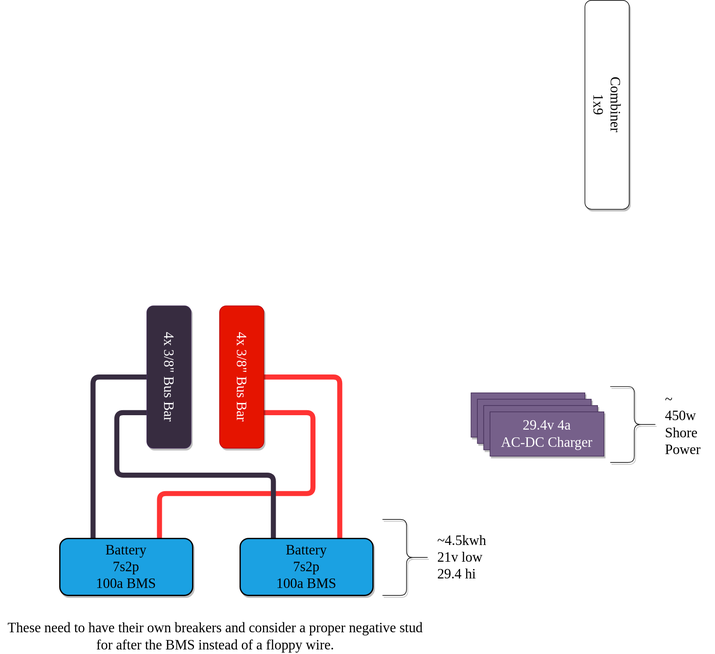
Above: gary-bussy-electrical.drawio.svg in clomads/gary-bussy (draw.io), before the change. Source tidied: cells renumbered, new cells last; positions are measured from the earlier drawing's top-left corner, leaving out a move shared by most shapes.
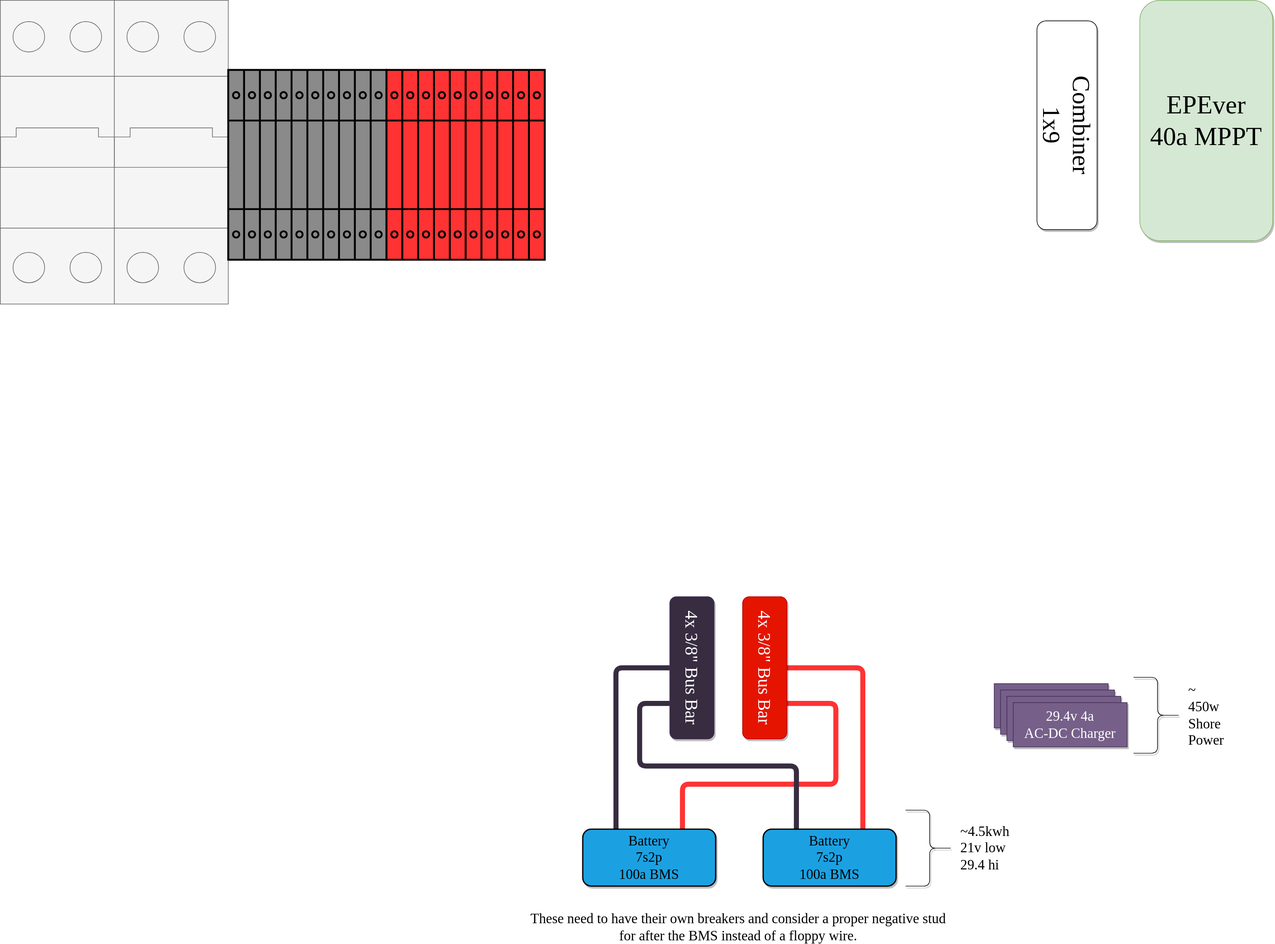
After the change.

Commit message:
start solar components

The edit, as a diff of the source:
```diff
@@ -39,13 +39,10 @@
     <mxCell id="8" value="~4.5kwh&lt;br&gt;21v low&lt;br&gt;29.4 hi&amp;nbsp;&amp;nbsp;" style="shape=curlyBracket;whiteSpace=wrap;html=1;rounded=1;flipH=1;labelPosition=right;verticalLabelPosition=middle;align=left;verticalAlign=middle;shadow=1;sketch=0;fontFamily=League Spartan;fontSource=https%3A%2F%2Ffonts.googleapis.com%2Fcss%3Ffamily%3DLeague%2BSpartan;fontSize=22;spacingLeft=9;" parent="1" vertex="1">
       <mxGeometry x="604" y="690" width="76" height="120" as="geometry" />
     </mxCell>
-    <mxCell id="9" value="4x 3/8&quot; Bus Bar" style="rounded=1;whiteSpace=wrap;html=1;shadow=1;sketch=0;fontFamily=League Spartan;fontSource=https%3A%2F%2Ffonts.googleapis.com%2Fcss%3Ffamily%3DLeague%2BSpartan;fontSize=22;direction=south;fillColor=#e51400;strokeColor=#B20000;fontColor=#ffffff;rotation=90;" parent="1" vertex="1">
+    <mxCell id="9" value="4x 3/8&quot; Bus Bar" style="rounded=1;whiteSpace=wrap;html=1;shadow=1;sketch=0;fontFamily=League Spartan;fontSource=https%3A%2F%2Ffonts.googleapis.com%2Fcss%3Ffamily%3DLeague%2BSpartan;fontSize=28;direction=south;fillColor=#e51400;strokeColor=#B20000;fontColor=#ffffff;rotation=90;" parent="1" vertex="1">
       <mxGeometry x="269" y="430" width="225" height="70" as="geometry" />
     </mxCell>
-    <mxCell id="10" value="Combiner&lt;br&gt;1x9" style="rounded=1;whiteSpace=wrap;html=1;shadow=1;sketch=0;fontFamily=League Spartan;fontSource=https%3A%2F%2Ffonts.googleapis.com%2Fcss%3Ffamily%3DLeague%2BSpartan;fontSize=22;rotation=90;" parent="1" vertex="1">
-      <mxGeometry x="794" width="330" height="70" as="geometry" />
-    </mxCell>
-    <mxCell id="11" value="4x 3/8&quot; Bus Bar" style="rounded=1;whiteSpace=wrap;html=1;shadow=1;sketch=0;fontFamily=League Spartan;fontSource=https%3A%2F%2Ffonts.googleapis.com%2Fcss%3Ffamily%3DLeague%2BSpartan;fontSize=22;direction=south;fillColor=#372C40;strokeColor=#432D57;fontColor=#ffffff;rotation=90;" parent="1" vertex="1">
+    <mxCell id="11" value="4x 3/8&quot; Bus Bar" style="rounded=1;whiteSpace=wrap;html=1;shadow=1;sketch=0;fontFamily=League Spartan;fontSource=https%3A%2F%2Ffonts.googleapis.com%2Fcss%3Ffamily%3DLeague%2BSpartan;fontSize=28;direction=south;fillColor=#372C40;strokeColor=#432D57;fontColor=#ffffff;rotation=90;" parent="1" vertex="1">
       <mxGeometry x="154" y="430" width="225" height="70" as="geometry" />
     </mxCell>
     <mxCell id="12" value="These need to have their own breakers and consider a proper negative stud for after the BMS instead of a floppy wire.&lt;br&gt;" style="text;html=1;strokeColor=none;fillColor=none;align=center;verticalAlign=middle;whiteSpace=wrap;rounded=0;shadow=1;sketch=0;fontFamily=League Spartan;fontSource=https%3A%2F%2Ffonts.googleapis.com%2Fcss%3Ffamily%3DLeague%2BSpartan;fontSize=22;" parent="1" vertex="1">
@@ -66,5 +63,23 @@
     <mxCell id="17" value="~&lt;br&gt;450w&lt;br&gt;Shore Power" style="shape=curlyBracket;whiteSpace=wrap;html=1;rounded=1;flipH=1;labelPosition=right;verticalLabelPosition=middle;align=left;verticalAlign=middle;shadow=1;sketch=0;fontFamily=League Spartan;fontSource=https%3A%2F%2Ffonts.googleapis.com%2Fcss%3Ffamily%3DLeague%2BSpartan;fontSize=22;spacingLeft=9;" parent="1" vertex="1">
       <mxGeometry x="964" y="480" width="76" height="120" as="geometry" />
     </mxCell>
+    <mxCell id="10" value="Combiner&lt;br style=&quot;font-size: 39px;&quot;&gt;1x9" style="rounded=1;whiteSpace=wrap;html=1;shadow=1;sketch=0;fontFamily=League Spartan;fontSource=https%3A%2F%2Ffonts.googleapis.com%2Fcss%3Ffamily%3DLeague%2BSpartan;fontSize=39;rotation=90;" parent="1" vertex="1">
+      <mxGeometry x="694" y="-440" width="330" height="95" as="geometry" />
+    </mxCell>
+    <mxCell id="18" value="EPEver&lt;br style=&quot;font-size: 41px;&quot;&gt;40a MPPT" style="rounded=1;whiteSpace=wrap;html=1;shadow=1;sketch=0;fontFamily=League Spartan;fontSource=https%3A%2F%2Ffonts.googleapis.com%2Fcss%3Ffamily%3DLeague%2BSpartan;fontSize=41;fillColor=#d5e8d4;strokeColor=#82b366;" parent="1" vertex="1">
+      <mxGeometry x="974" y="-590" width="210" height="380" as="geometry" />
+    </mxCell>
+    <mxCell id="19" style="verticalLabelPosition=bottom;dashed=0;shadow=0;html=1;align=center;verticalAlign=top;shape=mxgraph.cabinets.cb_2p;sketch=0;fontFamily=League Spartan;fontSource=https%3A%2F%2Ffonts.googleapis.com%2Fcss%3Ffamily%3DLeague%2BSpartan;fontSize=27;fillColor=#f5f5f5;fontColor=#333333;strokeColor=#666666;" parent="1" vertex="1">
+      <mxGeometry x="-826" y="-590" width="180" height="480" as="geometry" />
+    </mxCell>
+    <mxCell id="20" style="verticalLabelPosition=bottom;dashed=0;shadow=0;html=1;align=center;verticalAlign=top;shape=mxgraph.cabinets.cb_2p;sketch=0;fontFamily=League Spartan;fontSource=https%3A%2F%2Ffonts.googleapis.com%2Fcss%3Ffamily%3DLeague%2BSpartan;fontSize=27;fillColor=#f5f5f5;fontColor=#333333;strokeColor=#666666;" parent="1" vertex="1">
+      <mxGeometry x="-646" y="-590" width="180" height="480" as="geometry" />
+    </mxCell>
+    <mxCell id="21" style="verticalLabelPosition=bottom;dashed=0;shadow=0;html=1;align=center;verticalAlign=top;shape=mxgraph.cabinets.terminal_4_6mm2_x10;sketch=0;fontFamily=League Spartan;fontSource=https%3A%2F%2Ffonts.googleapis.com%2Fcss%3Ffamily%3DLeague%2BSpartan;fontSize=27;fontColor=#FFFFFF;fillColor=#8A8A8A;strokeWidth=3;" parent="1" vertex="1">
+      <mxGeometry x="-466" y="-480" width="250" height="300" as="geometry" />
+    </mxCell>
+    <mxCell id="22" style="verticalLabelPosition=bottom;dashed=0;shadow=0;html=1;align=center;verticalAlign=top;shape=mxgraph.cabinets.terminal_4_6mm2_x10;sketch=0;fontFamily=League Spartan;fontSource=https%3A%2F%2Ffonts.googleapis.com%2Fcss%3Ffamily%3DLeague%2BSpartan;fontSize=27;fontColor=#FFFFFF;fillColor=#FF3333;strokeWidth=3;" parent="1" vertex="1">
+      <mxGeometry x="-216" y="-480" width="250" height="300" as="geometry" />
+    </mxCell>
   </root>
 </mxGraphModel>
```
